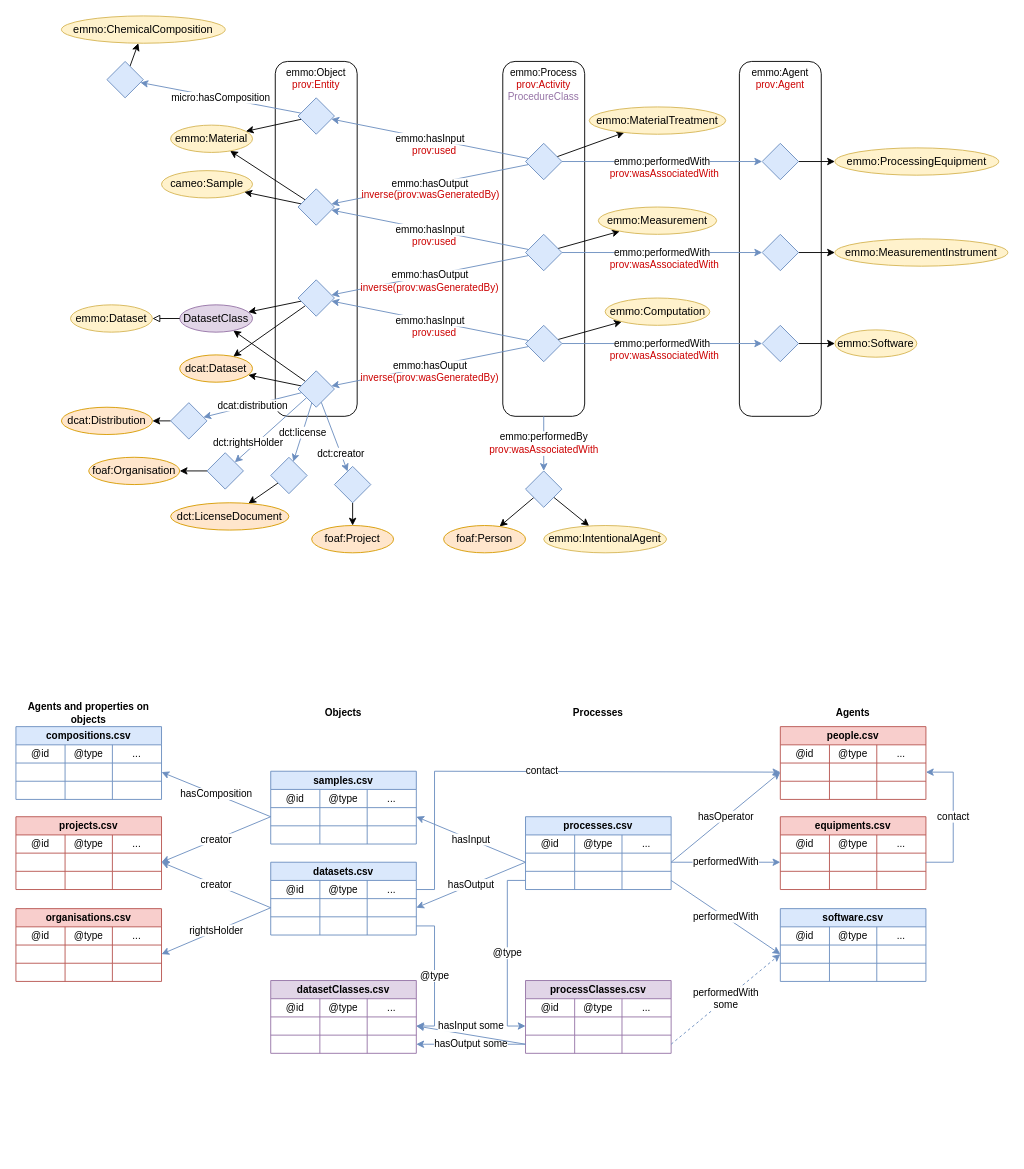
This is page "Documentation-tables" (1 of 2) of tables/figs/linked-data.drawio from SINTEF/physmet-data-documentation-templates, a draw.io file, before an edit. Source tidied: cells renumbered, new cells numbered last; positions are measured from the earlier drawing's top-left corner, leaving out a move shared by most shapes. Both pictures are drawn from the tidied source at 91%, with x=0, y=0 at pixel (15, 15).
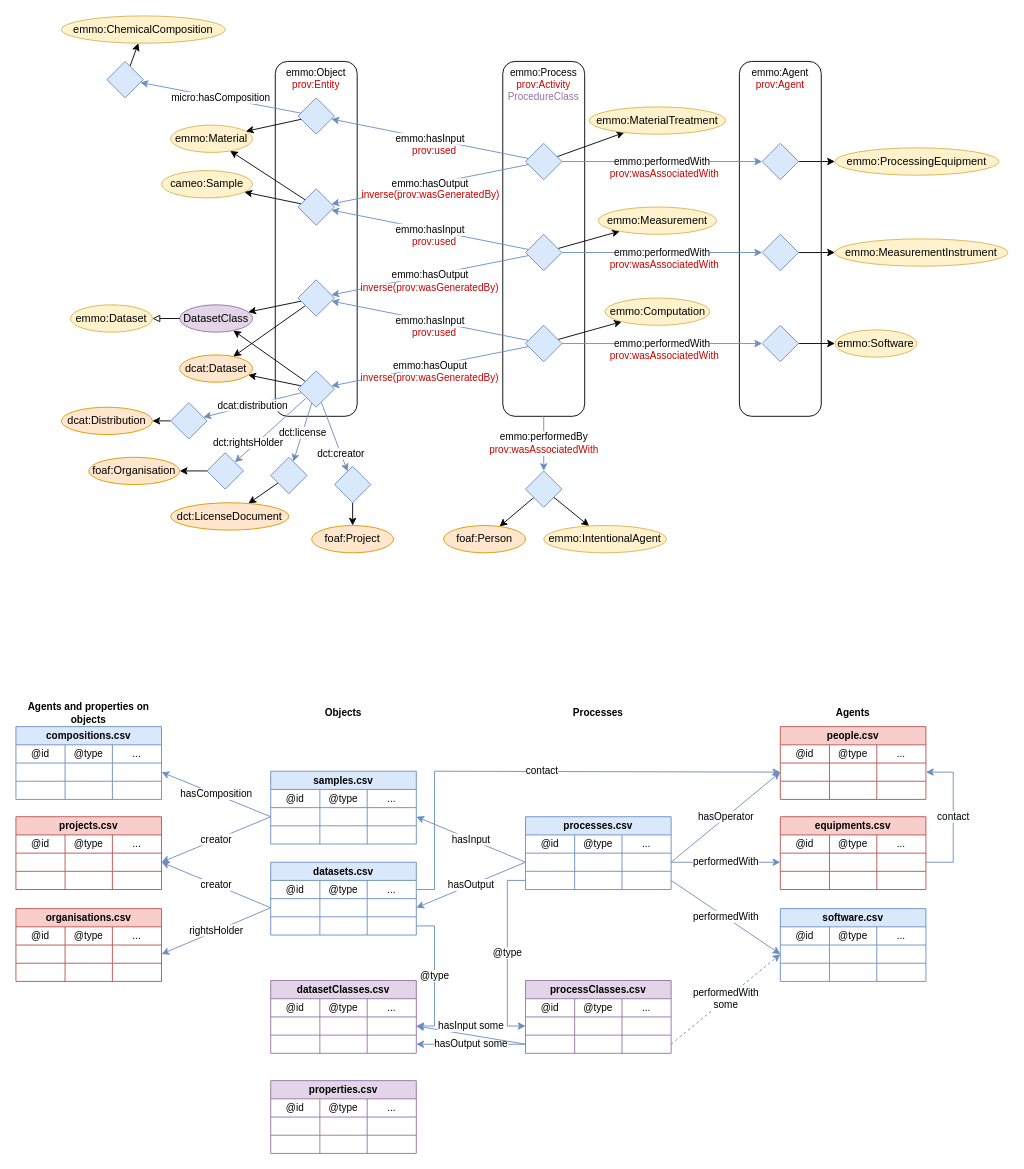
After the change.

What changed in the source:
```diff
@@
+    <mxCell id="247" value="properties.csv" style="shape=table;startSize=20;childLayout=tableLayout;fontStyle=1;align=center;fontFamily=Helvetica;fontSize=11;fillColor=#e1d5e7;strokeColor=#9673a6;" parent="1" vertex="1">
+      <mxGeometry x="280" y="1170" width="160" height="80" as="geometry" />
+    </mxCell>
+    <mxCell id="248" style="shape=tableRow;horizontal=0;startSize=0;swimlaneHead=0;swimlaneBody=0;top=0;left=0;bottom=0;right=0;fillColor=none;fontFamily=Helvetica;fontSize=11;fontColor=#D79B00;" parent="247" vertex="1">
+      <mxGeometry y="20" width="160" height="20" as="geometry" />
+    </mxCell>
+    <mxCell id="249" value="&lt;font color=&quot;#000000&quot;&gt;@id&lt;/font&gt;" style="shape=partialRectangle;html=1;whiteSpace=wrap;fillColor=none;top=0;left=0;bottom=0;right=0;overflow=hidden;fontFamily=Helvetica;fontSize=11;fontColor=#D79B00;" parent="248" vertex="1">
+      <mxGeometry width="54" height="20" as="geometry" />
+    </mxCell>
+    <mxCell id="250" value="&lt;font color=&quot;#000000&quot;&gt;@type&lt;/font&gt;" style="shape=partialRectangle;html=1;whiteSpace=wrap;fillColor=none;top=0;left=0;bottom=0;right=0;overflow=hidden;fontFamily=Helvetica;fontSize=11;fontColor=#D79B00;" parent="248" vertex="1">
+      <mxGeometry x="54" width="52" height="20" as="geometry" />
+    </mxCell>
+    <mxCell id="251" value="&lt;font color=&quot;#000000&quot;&gt;...&lt;/font&gt;" style="shape=partialRectangle;html=1;whiteSpace=wrap;fillColor=none;top=0;left=0;bottom=0;right=0;overflow=hidden;fontFamily=Helvetica;fontSize=11;fontColor=#D79B00;" parent="248" vertex="1">
+      <mxGeometry x="106" width="54" height="20" as="geometry" />
+    </mxCell>
+    <mxCell id="252" style="shape=tableRow;horizontal=0;startSize=0;swimlaneHead=0;swimlaneBody=0;top=0;left=0;bottom=0;right=0;fillColor=none;fontFamily=Helvetica;fontSize=11;fontColor=#D79B00;" parent="247" vertex="1">
+      <mxGeometry y="40" width="160" height="20" as="geometry" />
+    </mxCell>
+    <mxCell id="253" style="shape=partialRectangle;html=1;whiteSpace=wrap;fillColor=none;top=0;left=0;bottom=0;right=0;overflow=hidden;fontFamily=Helvetica;fontSize=11;fontColor=#D79B00;" parent="252" vertex="1">
+      <mxGeometry width="54" height="20" as="geometry" />
+    </mxCell>
+    <mxCell id="254" style="shape=partialRectangle;html=1;whiteSpace=wrap;fillColor=none;top=0;left=0;bottom=0;right=0;overflow=hidden;fontFamily=Helvetica;fontSize=11;fontColor=#D79B00;" parent="252" vertex="1">
+      <mxGeometry x="54" width="52" height="20" as="geometry" />
+    </mxCell>
+    <mxCell id="255" style="shape=partialRectangle;html=1;whiteSpace=wrap;fillColor=none;top=0;left=0;bottom=0;right=0;overflow=hidden;fontFamily=Helvetica;fontSize=11;fontColor=#D79B00;" parent="252" vertex="1">
+      <mxGeometry x="106" width="54" height="20" as="geometry" />
+    </mxCell>
+    <mxCell id="256" style="shape=tableRow;horizontal=0;startSize=0;swimlaneHead=0;swimlaneBody=0;top=0;left=0;bottom=0;right=0;fillColor=none;fontFamily=Helvetica;fontSize=11;fontColor=#D79B00;" parent="247" vertex="1">
+      <mxGeometry y="60" width="160" height="20" as="geometry" />
+    </mxCell>
+    <mxCell id="257" style="shape=partialRectangle;html=1;whiteSpace=wrap;fillColor=none;top=0;left=0;bottom=0;right=0;overflow=hidden;fontFamily=Helvetica;fontSize=11;fontColor=#D79B00;" parent="256" vertex="1">
+      <mxGeometry width="54" height="20" as="geometry" />
+    </mxCell>
+    <mxCell id="258" style="shape=partialRectangle;html=1;whiteSpace=wrap;fillColor=none;top=0;left=0;bottom=0;right=0;overflow=hidden;fontFamily=Helvetica;fontSize=11;fontColor=#D79B00;" parent="256" vertex="1">
+      <mxGeometry x="54" width="52" height="20" as="geometry" />
+    </mxCell>
+    <mxCell id="259" style="shape=partialRectangle;html=1;whiteSpace=wrap;fillColor=none;top=0;left=0;bottom=0;right=0;overflow=hidden;fontFamily=Helvetica;fontSize=11;fontColor=#D79B00;" parent="256" vertex="1">
+      <mxGeometry x="106" width="54" height="20" as="geometry" />
+    </mxCell>
```
